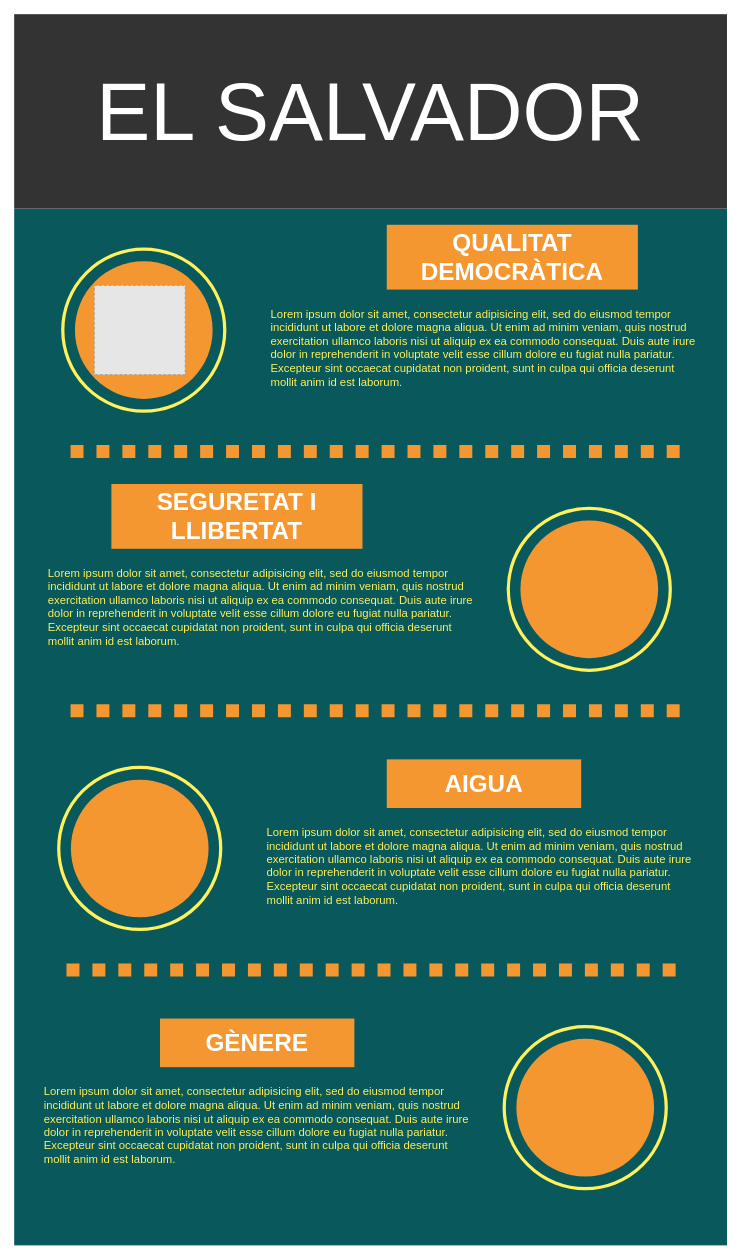
The draw.io diagram Untitled Diagram.drawio in Cletar/JocMemoryJS, before the edit. Source tidied: cells renumbered, new cells numbered last; positions are measured from the earlier drawing's top-left corner, leaving out a move shared by most shapes. Both pictures are drawn from the tidied source at 81%, with x=0, y=0 at pixel (14, 14). Pictures stored in the file or linked from it are replaced by grey dashed boxes.
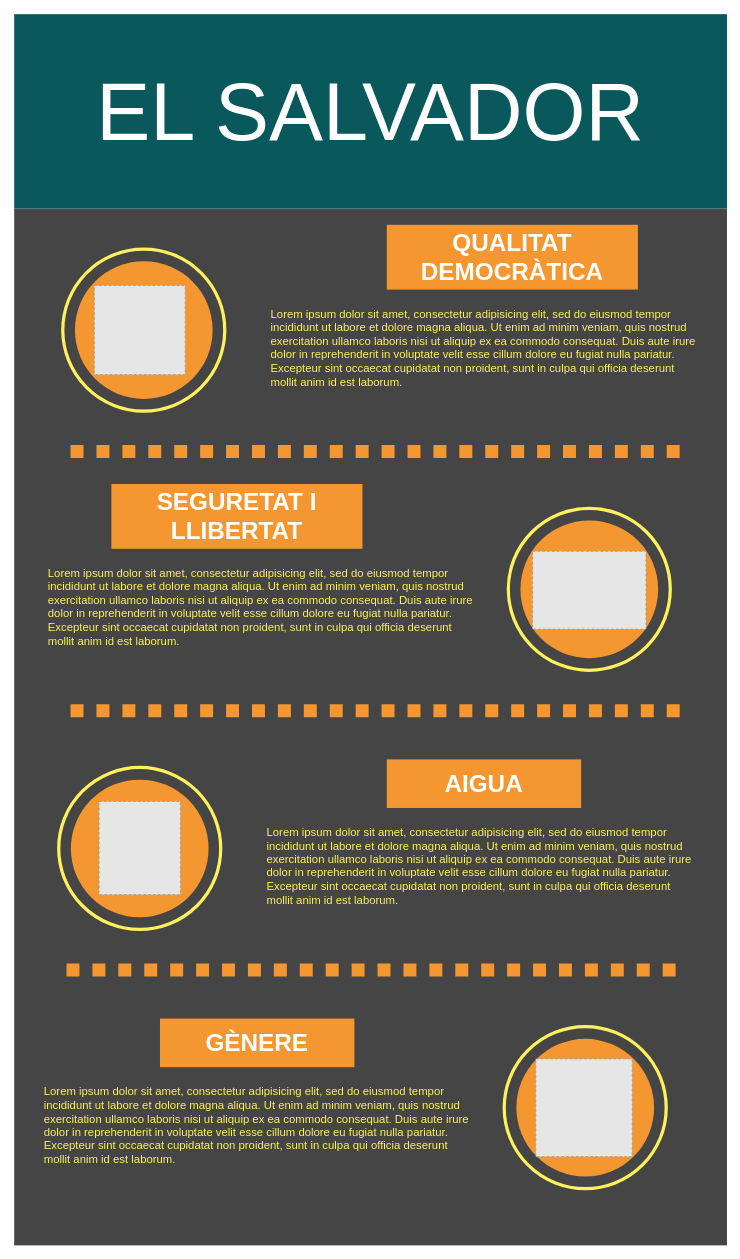
The same page after the edit.

The edit, as a diff of the source:
```diff
@@
-    <mxCell id="2" style="whiteSpace=wrap;html=1;rounded=0;shadow=0;dashed=0;strokeColor=none;strokeWidth=4;fillColor=#08585C;gradientColor=none;fontFamily=Helvetica;fontSize=100;fontColor=#FFFFFF;align=center;" parent="1" vertex="1">
+    <mxCell id="2" style="whiteSpace=wrap;html=1;rounded=0;shadow=0;dashed=0;strokeColor=none;strokeWidth=4;fillColor=#454545;gradientColor=none;fontFamily=Helvetica;fontSize=100;fontColor=#FFFFFF;align=center;" parent="1" vertex="1">
       <mxGeometry y="240" width="880" height="1280" as="geometry" />
     </mxCell>
-    <mxCell id="3" value="EL SALVADOR" style="whiteSpace=wrap;html=1;rounded=0;shadow=0;dashed=0;strokeColor=none;strokeWidth=4;fillColor=#333333;gradientColor=none;fontFamily=Helvetica;fontSize=100;fontColor=#FFFFFF;align=center;" parent="1" vertex="1">
+    <mxCell id="3" value="EL SALVADOR" style="whiteSpace=wrap;html=1;rounded=0;shadow=0;dashed=0;strokeColor=none;strokeWidth=4;fillColor=#08585C;gradientColor=none;fontFamily=Helvetica;fontSize=100;fontColor=#FFFFFF;align=center;" parent="1" vertex="1">
       <mxGeometry width="880" height="240" as="geometry" />
     </mxCell>
@@
+    <mxCell id="24" style="fillColor=#E6E6E6;strokeColor=#999999;dashed=1;verticalLabelPosition=bottom;labelBackgroundColor=default;verticalAlign=top;" parent="1" vertex="1">
+      <mxGeometry x="104.8" y="972" width="100.4" height="115" as="geometry" />
+    </mxCell>
+    <mxCell id="25" style="fillColor=#E6E6E6;strokeColor=#999999;dashed=1;verticalLabelPosition=bottom;labelBackgroundColor=default;verticalAlign=top;" parent="1" vertex="1">
+      <mxGeometry x="640" y="663.1" width="140" height="96.1" as="geometry" />
+    </mxCell>
+    <mxCell id="26" style="fillColor=#E6E6E6;strokeColor=#999999;dashed=1;verticalLabelPosition=bottom;labelBackgroundColor=default;verticalAlign=top;" parent="1" vertex="1">
+      <mxGeometry x="644" y="1289.8" width="119" height="120.6" as="geometry" />
+    </mxCell>
```
